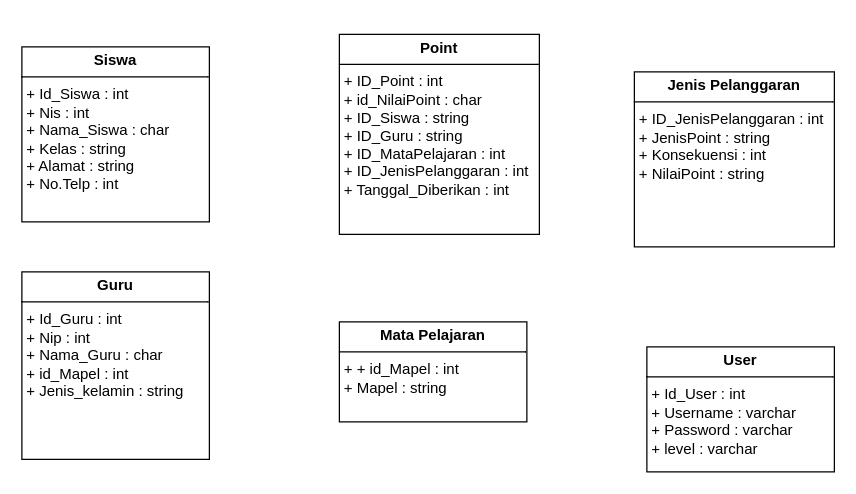
The draw.io diagram page "Halaman-3" (3 of 3) of Diagram Tanpa Judul.drawio in Rahadirahman21/Rahadirahman21.github.io, before the edit. Source tidied: cells renumbered, new cells numbered last; positions are measured from the earlier drawing's top-left corner, leaving out a move shared by most shapes. Both pictures are drawn from the tidied source at 125%, with x=0, y=0 at pixel (21, 34).
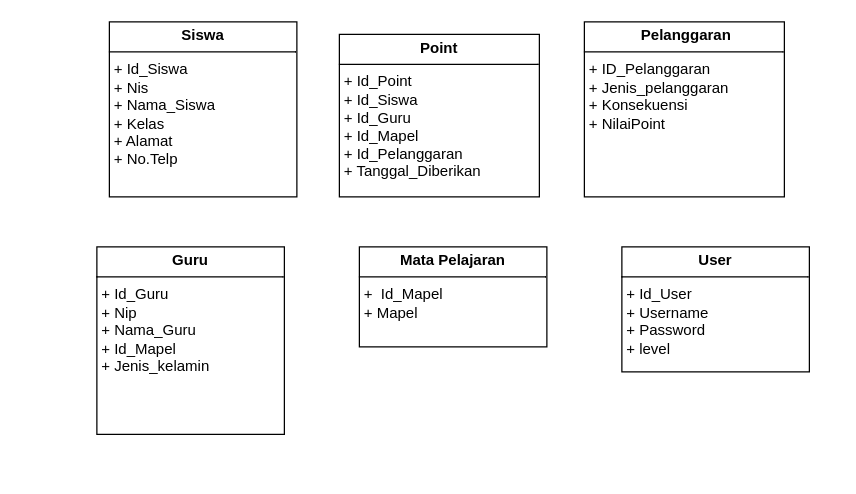
Above is the later version.

Change to the diagram source:
```diff
@@
 <mxGraphModel>
   <root>
     <mxCell id="0" />
     <mxCell id="1" parent="0" />
-    <mxCell id="2" value="&lt;p style=&quot;margin:0px;margin-top:4px;text-align:center;&quot;&gt;&lt;b&gt;Siswa&lt;/b&gt;&lt;/p&gt;&lt;hr size=&quot;1&quot; style=&quot;border-style:solid;&quot;&gt;&lt;p style=&quot;margin:0px;margin-left:4px;&quot;&gt;+ Id_Siswa : int&lt;/p&gt;&lt;p style=&quot;margin: 0px 0px 0px 4px;&quot;&gt;+ Nis : int&lt;/p&gt;&lt;p style=&quot;margin:0px;margin-left:4px;&quot;&gt;+ Nama_Siswa : char&lt;/p&gt;&lt;p style=&quot;margin:0px;margin-left:4px;&quot;&gt;&lt;span style=&quot;background-color: initial;&quot;&gt;+ Kelas : string&lt;/span&gt;&lt;br&gt;&lt;/p&gt;&lt;p style=&quot;margin:0px;margin-left:4px;&quot;&gt;+ Alamat : string&lt;/p&gt;&lt;p style=&quot;margin:0px;margin-left:4px;&quot;&gt;+ No.Telp : int&lt;/p&gt;&lt;p style=&quot;margin:0px;margin-left:4px;&quot;&gt;&lt;br&gt;&lt;/p&gt;" style="verticalAlign=top;align=left;overflow=fill;html=1;whiteSpace=wrap;" parent="1" vertex="1">
-      <mxGeometry y="10" width="150" height="140" as="geometry" />
+    <mxCell id="2" value="&lt;p style=&quot;margin:0px;margin-top:4px;text-align:center;&quot;&gt;&lt;b&gt;Siswa&lt;/b&gt;&lt;/p&gt;&lt;hr size=&quot;1&quot; style=&quot;border-style:solid;&quot;&gt;&lt;p style=&quot;margin:0px;margin-left:4px;&quot;&gt;+ Id_Siswa&amp;nbsp;&lt;/p&gt;&lt;p style=&quot;margin: 0px 0px 0px 4px;&quot;&gt;+ Nis&amp;nbsp;&lt;/p&gt;&lt;p style=&quot;margin:0px;margin-left:4px;&quot;&gt;+ Nama_Siswa&amp;nbsp;&lt;/p&gt;&lt;p style=&quot;margin:0px;margin-left:4px;&quot;&gt;&lt;span style=&quot;background-color: initial;&quot;&gt;+ Kelas&amp;nbsp;&lt;/span&gt;&lt;br&gt;&lt;/p&gt;&lt;p style=&quot;margin:0px;margin-left:4px;&quot;&gt;+ Alamat&amp;nbsp;&lt;/p&gt;&lt;p style=&quot;margin:0px;margin-left:4px;&quot;&gt;+ No.Telp&amp;nbsp;&lt;/p&gt;&lt;p style=&quot;margin:0px;margin-left:4px;&quot;&gt;&lt;br&gt;&lt;/p&gt;" style="verticalAlign=top;align=left;overflow=fill;html=1;whiteSpace=wrap;" parent="1" vertex="1">
+      <mxGeometry x="70" y="-10" width="150" height="140" as="geometry" />
     </mxCell>
-    <mxCell id="3" value="&lt;p style=&quot;margin:0px;margin-top:4px;text-align:center;&quot;&gt;&lt;b&gt;Point&lt;/b&gt;&lt;/p&gt;&lt;hr size=&quot;1&quot; style=&quot;border-style:solid;&quot;&gt;&lt;p style=&quot;margin:0px;margin-left:4px;&quot;&gt;+ ID_Point : int&lt;/p&gt;&lt;p style=&quot;margin:0px;margin-left:4px;&quot;&gt;+ id_NilaiPoint : char&lt;/p&gt;&lt;p style=&quot;margin:0px;margin-left:4px;&quot;&gt;+ ID_Siswa : string&lt;/p&gt;&lt;p style=&quot;margin:0px;margin-left:4px;&quot;&gt;+ ID_Guru : string&lt;/p&gt;&lt;p style=&quot;margin:0px;margin-left:4px;&quot;&gt;+ ID_MataPelajaran : int&lt;/p&gt;&lt;p style=&quot;margin:0px;margin-left:4px;&quot;&gt;+ ID_JenisPelanggaran : int&lt;/p&gt;&lt;p style=&quot;margin:0px;margin-left:4px;&quot;&gt;+ Tanggal_Diberikan : int&lt;br&gt;&lt;/p&gt;" style="verticalAlign=top;align=left;overflow=fill;html=1;whiteSpace=wrap;" parent="1" vertex="1">
-      <mxGeometry x="254" width="160" height="160" as="geometry" />
+    <mxCell id="3" value="&lt;p style=&quot;margin:0px;margin-top:4px;text-align:center;&quot;&gt;&lt;b&gt;Point&lt;/b&gt;&lt;/p&gt;&lt;hr size=&quot;1&quot; style=&quot;border-style:solid;&quot;&gt;&lt;p style=&quot;margin:0px;margin-left:4px;&quot;&gt;+ Id_Point&amp;nbsp;&lt;/p&gt;&lt;p style=&quot;margin:0px;margin-left:4px;&quot;&gt;+ Id_Siswa&amp;nbsp;&lt;/p&gt;&lt;p style=&quot;margin:0px;margin-left:4px;&quot;&gt;+ Id_Guru&amp;nbsp;&lt;/p&gt;&lt;p style=&quot;margin:0px;margin-left:4px;&quot;&gt;+ Id_Mapel&amp;nbsp;&lt;/p&gt;&lt;p style=&quot;margin:0px;margin-left:4px;&quot;&gt;+ Id_Pelanggaran&amp;nbsp;&lt;/p&gt;&lt;p style=&quot;margin:0px;margin-left:4px;&quot;&gt;+ Tanggal_Diberikan&amp;nbsp;&lt;br&gt;&lt;/p&gt;" style="verticalAlign=top;align=left;overflow=fill;html=1;whiteSpace=wrap;" parent="1" vertex="1">
+      <mxGeometry x="254" width="160" height="130" as="geometry" />
     </mxCell>
-    <mxCell id="4" value="&lt;p style=&quot;margin:0px;margin-top:4px;text-align:center;&quot;&gt;&lt;b&gt;Mata Pelajaran&lt;/b&gt;&lt;/p&gt;&lt;hr size=&quot;1&quot; style=&quot;border-style:solid;&quot;&gt;&lt;p style=&quot;margin:0px;margin-left:4px;&quot;&gt;+&amp;nbsp;&lt;span style=&quot;background-color: initial;&quot;&gt;+ id_Mapel &lt;/span&gt;&lt;span style=&quot;background-color: initial;&quot;&gt;: int&lt;/span&gt;&lt;/p&gt;&lt;p style=&quot;margin:0px;margin-left:4px;&quot;&gt;+&amp;nbsp;Mapel : string&lt;/p&gt;&lt;p style=&quot;margin:0px;margin-left:4px;&quot;&gt;&lt;br&gt;&lt;/p&gt;&lt;p style=&quot;margin:0px;margin-left:4px;&quot;&gt;&lt;br&gt;&lt;/p&gt;" style="verticalAlign=top;align=left;overflow=fill;html=1;whiteSpace=wrap;" parent="1" vertex="1">
-      <mxGeometry x="254" y="230" width="150" height="80" as="geometry" />
+    <mxCell id="4" value="&lt;p style=&quot;margin:0px;margin-top:4px;text-align:center;&quot;&gt;&lt;b&gt;Mata Pelajaran&lt;/b&gt;&lt;/p&gt;&lt;hr size=&quot;1&quot; style=&quot;border-style:solid;&quot;&gt;&lt;p style=&quot;margin:0px;margin-left:4px;&quot;&gt;+&amp;nbsp;&lt;span style=&quot;background-color: initial;&quot;&gt;&amp;nbsp;Id_Mapel&amp;nbsp;&lt;/span&gt;&lt;/p&gt;&lt;p style=&quot;margin:0px;margin-left:4px;&quot;&gt;+&amp;nbsp;Mapel&amp;nbsp;&lt;/p&gt;&lt;p style=&quot;margin:0px;margin-left:4px;&quot;&gt;&lt;br&gt;&lt;/p&gt;&lt;p style=&quot;margin:0px;margin-left:4px;&quot;&gt;&lt;br&gt;&lt;/p&gt;" style="verticalAlign=top;align=left;overflow=fill;html=1;whiteSpace=wrap;" parent="1" vertex="1">
+      <mxGeometry x="270" y="170" width="150" height="80" as="geometry" />
     </mxCell>
-    <mxCell id="5" value="&lt;p style=&quot;margin:0px;margin-top:4px;text-align:center;&quot;&gt;&lt;b&gt;Guru&lt;/b&gt;&lt;/p&gt;&lt;hr size=&quot;1&quot; style=&quot;border-style:solid;&quot;&gt;&lt;p style=&quot;margin:0px;margin-left:4px;&quot;&gt;+ Id_Guru : int&lt;/p&gt;&lt;p style=&quot;margin:0px;margin-left:4px;&quot;&gt;&lt;span style=&quot;background-color: initial;&quot;&gt;+ Nip : int&lt;/span&gt;&lt;/p&gt;&lt;p style=&quot;margin:0px;margin-left:4px;&quot;&gt;+ Nama_Guru : char&lt;/p&gt;&lt;p style=&quot;margin:0px;margin-left:4px;&quot;&gt;&lt;span style=&quot;background-color: initial;&quot;&gt;+ id_Mapel : int&lt;/span&gt;&lt;br&gt;&lt;/p&gt;&lt;p style=&quot;margin:0px;margin-left:4px;&quot;&gt;+ Jenis_kelamin : string&lt;/p&gt;" style="verticalAlign=top;align=left;overflow=fill;html=1;whiteSpace=wrap;" parent="1" vertex="1">
-      <mxGeometry y="190" width="150" height="150" as="geometry" />
+    <mxCell id="5" value="&lt;p style=&quot;margin:0px;margin-top:4px;text-align:center;&quot;&gt;&lt;b&gt;Guru&lt;/b&gt;&lt;/p&gt;&lt;hr size=&quot;1&quot; style=&quot;border-style:solid;&quot;&gt;&lt;p style=&quot;margin:0px;margin-left:4px;&quot;&gt;+ Id_Guru&amp;nbsp;&lt;/p&gt;&lt;p style=&quot;margin:0px;margin-left:4px;&quot;&gt;&lt;span style=&quot;background-color: initial;&quot;&gt;+ Nip&amp;nbsp;&lt;/span&gt;&lt;/p&gt;&lt;p style=&quot;margin:0px;margin-left:4px;&quot;&gt;+ Nama_Guru&amp;nbsp;&lt;/p&gt;&lt;p style=&quot;margin:0px;margin-left:4px;&quot;&gt;&lt;span style=&quot;background-color: initial;&quot;&gt;+ Id_Mapel&amp;nbsp;&lt;/span&gt;&lt;br&gt;&lt;/p&gt;&lt;p style=&quot;margin:0px;margin-left:4px;&quot;&gt;+ Jenis_kelamin&amp;nbsp;&lt;/p&gt;" style="verticalAlign=top;align=left;overflow=fill;html=1;whiteSpace=wrap;" parent="1" vertex="1">
+      <mxGeometry x="60" y="170" width="150" height="150" as="geometry" />
     </mxCell>
-    <mxCell id="6" value="&lt;p style=&quot;margin:0px;margin-top:4px;text-align:center;&quot;&gt;&lt;b&gt;Jenis Pelanggaran&lt;/b&gt;&lt;/p&gt;&lt;hr size=&quot;1&quot; style=&quot;border-style:solid;&quot;&gt;&lt;p style=&quot;margin:0px;margin-left:4px;&quot;&gt;&lt;span style=&quot;background-color: initial;&quot;&gt;+ ID_JenisPelanggaran : int&lt;/span&gt;&lt;/p&gt;&lt;p style=&quot;margin:0px;margin-left:4px;&quot;&gt;&lt;span style=&quot;background-color: initial;&quot;&gt;+ JenisPoint : string&lt;/span&gt;&lt;br&gt;&lt;/p&gt;&lt;p style=&quot;margin:0px;margin-left:4px;&quot;&gt;+ Konsekuensi : int&lt;/p&gt;&lt;p style=&quot;margin:0px;margin-left:4px;&quot;&gt;+ NilaiPoint : string&lt;/p&gt;&lt;p style=&quot;margin:0px;margin-left:4px;&quot;&gt;&lt;br&gt;&lt;/p&gt;&lt;p style=&quot;margin:0px;margin-left:4px;&quot;&gt;&lt;br&gt;&lt;/p&gt;" style="verticalAlign=top;align=left;overflow=fill;html=1;whiteSpace=wrap;" parent="1" vertex="1">
-      <mxGeometry x="490" y="30" width="160" height="140" as="geometry" />
+    <mxCell id="6" value="&lt;p style=&quot;margin:0px;margin-top:4px;text-align:center;&quot;&gt;&lt;b&gt;&amp;nbsp;Pelanggaran&lt;/b&gt;&lt;/p&gt;&lt;hr size=&quot;1&quot; style=&quot;border-style:solid;&quot;&gt;&lt;p style=&quot;margin:0px;margin-left:4px;&quot;&gt;&lt;span style=&quot;background-color: initial;&quot;&gt;+ ID_Pelanggaran&amp;nbsp;&lt;/span&gt;&lt;/p&gt;&lt;p style=&quot;margin:0px;margin-left:4px;&quot;&gt;&lt;span style=&quot;background-color: initial;&quot;&gt;+ Jenis_pelanggaran&amp;nbsp;&lt;/span&gt;&lt;br&gt;&lt;/p&gt;&lt;p style=&quot;margin:0px;margin-left:4px;&quot;&gt;+ Konsekuensi&amp;nbsp;&lt;/p&gt;&lt;p style=&quot;margin:0px;margin-left:4px;&quot;&gt;+ NilaiPoint&amp;nbsp;&lt;/p&gt;&lt;p style=&quot;margin:0px;margin-left:4px;&quot;&gt;&lt;br&gt;&lt;/p&gt;&lt;p style=&quot;margin:0px;margin-left:4px;&quot;&gt;&lt;br&gt;&lt;/p&gt;" style="verticalAlign=top;align=left;overflow=fill;html=1;whiteSpace=wrap;" parent="1" vertex="1">
+      <mxGeometry x="450" y="-10" width="160" height="140" as="geometry" />
     </mxCell>
-    <mxCell id="7" value="&lt;p style=&quot;margin:0px;margin-top:4px;text-align:center;&quot;&gt;&lt;b&gt;User&lt;/b&gt;&lt;/p&gt;&lt;hr size=&quot;1&quot; style=&quot;border-style:solid;&quot;&gt;&lt;p style=&quot;margin:0px;margin-left:4px;&quot;&gt;+ Id_User : int&lt;/p&gt;&lt;p style=&quot;margin: 0px 0px 0px 4px;&quot;&gt;+ Username : varchar&lt;/p&gt;&lt;p style=&quot;margin:0px;margin-left:4px;&quot;&gt;+ Password : varchar&lt;/p&gt;&lt;p style=&quot;margin:0px;margin-left:4px;&quot;&gt;+ level : varchar&lt;/p&gt;&lt;p style=&quot;margin:0px;margin-left:4px;&quot;&gt;&lt;br&gt;&lt;/p&gt;" style="verticalAlign=top;align=left;overflow=fill;html=1;whiteSpace=wrap;" parent="1" vertex="1">
-      <mxGeometry x="500" y="250" width="150" height="100" as="geometry" />
+    <mxCell id="7" value="&lt;p style=&quot;margin:0px;margin-top:4px;text-align:center;&quot;&gt;&lt;b&gt;User&lt;/b&gt;&lt;/p&gt;&lt;hr size=&quot;1&quot; style=&quot;border-style:solid;&quot;&gt;&lt;p style=&quot;margin:0px;margin-left:4px;&quot;&gt;+ Id_User&amp;nbsp;&lt;/p&gt;&lt;p style=&quot;margin: 0px 0px 0px 4px;&quot;&gt;+ Username&lt;/p&gt;&lt;p style=&quot;margin:0px;margin-left:4px;&quot;&gt;+ Password&amp;nbsp;&lt;/p&gt;&lt;p style=&quot;margin:0px;margin-left:4px;&quot;&gt;+ level&amp;nbsp;&lt;/p&gt;&lt;p style=&quot;margin:0px;margin-left:4px;&quot;&gt;&lt;br&gt;&lt;/p&gt;" style="verticalAlign=top;align=left;overflow=fill;html=1;whiteSpace=wrap;" parent="1" vertex="1">
+      <mxGeometry x="480" y="170" width="150" height="100" as="geometry" />
     </mxCell>
   </root>
 </mxGraphModel>
```
